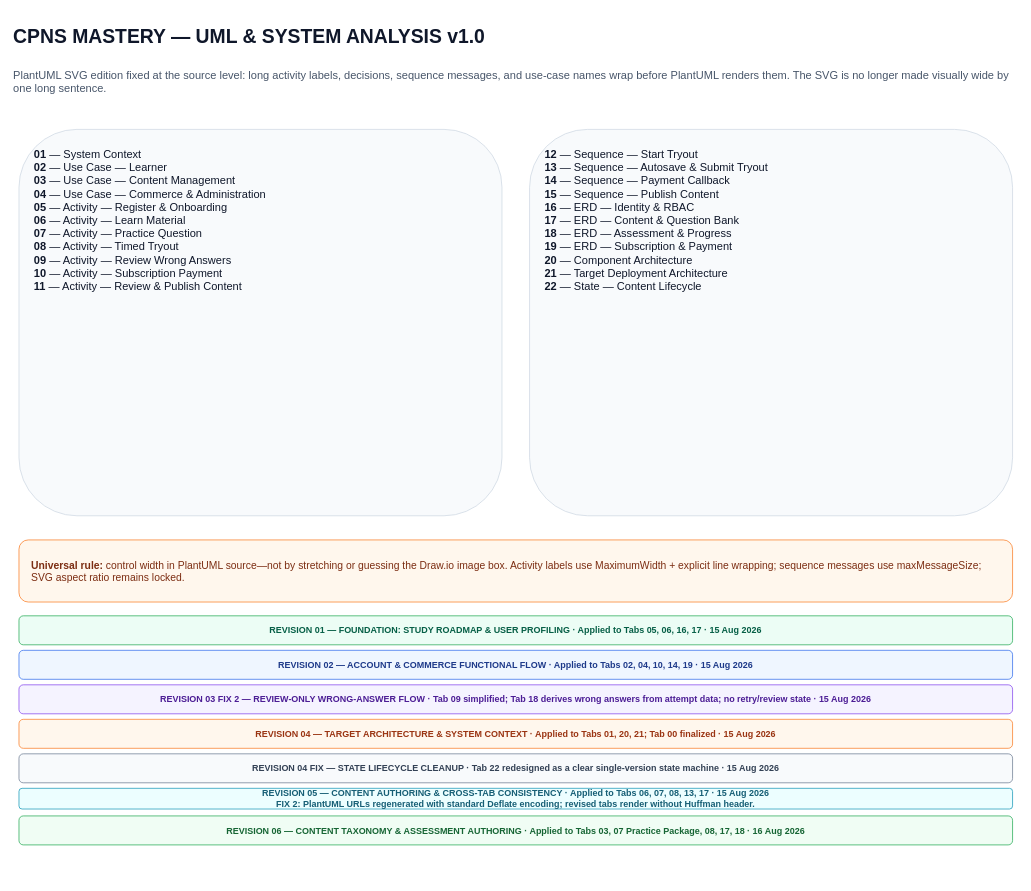
Earlier version of the draw.io diagram page "00 · START HERE" (1 of 23) of PHASE 1 - PEMBAHASAN FLOW.drawio (cpnsbelajar791-hash/cpns-belajar.biz.id). Source tidied: cells renumbered, new cells numbered last; positions are measured from the earlier drawing's top-left corner, leaving out a move shared by most shapes. Both pictures are drawn from the tidied source at 69%, with x=0, y=0 at pixel (12, 12).
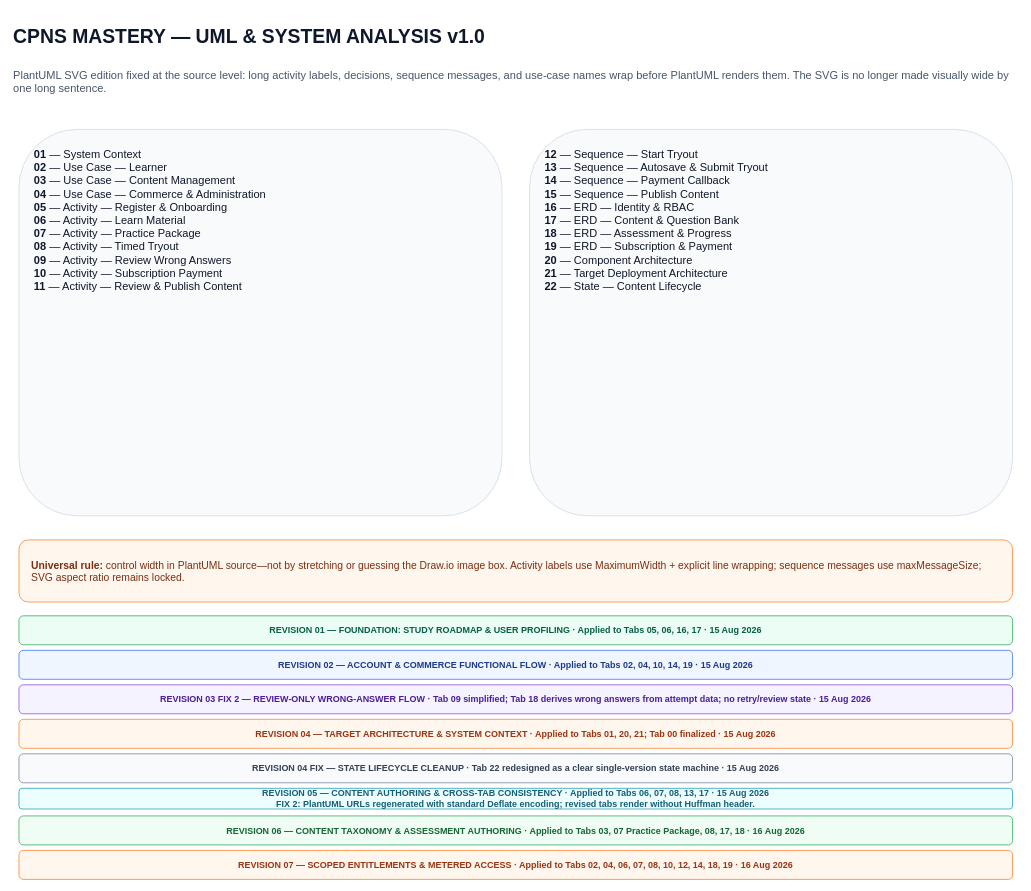
Above is the later version.

What changed in the source:
```diff
@@
 <mxGraphModel background="#FFFFFF">
   <root>
     <mxCell id="0" />
     <mxCell id="1" parent="0" />
     <mxCell id="2" value="CPNS MASTERY — UML &amp; SYSTEM ANALYSIS v1.0" style="text;html=1;strokeColor=none;fillColor=none;align=left;verticalAlign=middle;whiteSpace=wrap;fontSize=28;fontStyle=1;fontColor=#0F172A;" parent="1" vertex="1">
       <mxGeometry width="1460" height="70" as="geometry" />
     </mxCell>
     <mxCell id="3" value="PlantUML SVG edition fixed at the source level: long activity labels, decisions, sequence messages, and use-case names wrap before PlantUML renders them. The SVG is no longer made visually wide by one long sentence." style="text;html=1;strokeColor=none;fillColor=none;align=left;verticalAlign=top;whiteSpace=wrap;fontSize=16;fontColor=#475569;" parent="1" vertex="1">
       <mxGeometry y="75" width="1460" height="50" as="geometry" />
     </mxCell>
-    <mxCell id="4" value="&lt;b&gt;01&lt;/b&gt; — System Context&lt;br&gt;&lt;b&gt;02&lt;/b&gt; — Use Case — Learner&lt;br&gt;&lt;b&gt;03&lt;/b&gt; — Use Case — Content Management&lt;br&gt;&lt;b&gt;04&lt;/b&gt; — Use Case — Commerce &amp; Administration&lt;br&gt;&lt;b&gt;05&lt;/b&gt; — Activity — Register &amp; Onboarding&lt;br&gt;&lt;b&gt;06&lt;/b&gt; — Activity — Learn Material&lt;br&gt;&lt;b&gt;07&lt;/b&gt; — Activity — Practice Question&lt;br&gt;&lt;b&gt;08&lt;/b&gt; — Activity — Timed Tryout&lt;br&gt;&lt;b&gt;09&lt;/b&gt; — Activity — Review Wrong Answers&lt;br&gt;&lt;b&gt;10&lt;/b&gt; — Activity — Subscription Payment&lt;br&gt;&lt;b&gt;11&lt;/b&gt; — Activity — Review &amp; Publish Content" style="rounded=1;whiteSpace=wrap;html=1;align=left;verticalAlign=top;spacing=22;fontSize=16;fillColor=#F8FAFC;strokeColor=#CBD5E1;fontColor=#0F172A;" parent="1" vertex="1">
+    <mxCell id="4" value="&lt;b&gt;01&lt;/b&gt; — System Context&lt;br&gt;&lt;b&gt;02&lt;/b&gt; — Use Case — Learner&lt;br&gt;&lt;b&gt;03&lt;/b&gt; — Use Case — Content Management&lt;br&gt;&lt;b&gt;04&lt;/b&gt; — Use Case — Commerce &amp; Administration&lt;br&gt;&lt;b&gt;05&lt;/b&gt; — Activity — Register &amp; Onboarding&lt;br&gt;&lt;b&gt;06&lt;/b&gt; — Activity — Learn Material&lt;br&gt;&lt;b&gt;07&lt;/b&gt; — Activity — Practice Package&lt;br&gt;&lt;b&gt;08&lt;/b&gt; — Activity — Timed Tryout&lt;br&gt;&lt;b&gt;09&lt;/b&gt; — Activity — Review Wrong Answers&lt;br&gt;&lt;b&gt;10&lt;/b&gt; — Activity — Subscription Payment&lt;br&gt;&lt;b&gt;11&lt;/b&gt; — Activity — Review &amp; Publish Content" style="rounded=1;whiteSpace=wrap;html=1;align=left;verticalAlign=top;spacing=22;fontSize=16;fillColor=#F8FAFC;strokeColor=#CBD5E1;fontColor=#0F172A;" parent="1" vertex="1">
       <mxGeometry x="10" y="170" width="700" height="560" as="geometry" />
     </mxCell>
     <mxCell id="5" value="&lt;b&gt;12&lt;/b&gt; — Sequence — Start Tryout&lt;br&gt;&lt;b&gt;13&lt;/b&gt; — Sequence — Autosave &amp; Submit Tryout&lt;br&gt;&lt;b&gt;14&lt;/b&gt; — Sequence — Payment Callback&lt;br&gt;&lt;b&gt;15&lt;/b&gt; — Sequence — Publish Content&lt;br&gt;&lt;b&gt;16&lt;/b&gt; — ERD — Identity &amp; RBAC&lt;br&gt;&lt;b&gt;17&lt;/b&gt; — ERD — Content &amp; Question Bank&lt;br&gt;&lt;b&gt;18&lt;/b&gt; — ERD — Assessment &amp; Progress&lt;br&gt;&lt;b&gt;19&lt;/b&gt; — ERD — Subscription &amp; Payment&lt;br&gt;&lt;b&gt;20&lt;/b&gt; — Component Architecture&lt;br&gt;&lt;b&gt;21&lt;/b&gt; — Target Deployment Architecture&lt;br&gt;&lt;b&gt;22&lt;/b&gt; — State — Content Lifecycle" style="rounded=1;whiteSpace=wrap;html=1;align=left;verticalAlign=top;spacing=22;fontSize=16;fillColor=#F8FAFC;strokeColor=#CBD5E1;fontColor=#0F172A;" parent="1" vertex="1">
       <mxGeometry x="750" y="170" width="700" height="560" as="geometry" />
     </mxCell>
     <mxCell id="6" value="&lt;b&gt;Universal rule:&lt;/b&gt; control width in PlantUML source—not by stretching or guessing the Draw.io image box. Activity labels use MaximumWidth + explicit line wrapping; sequence messages use maxMessageSize; SVG aspect ratio remains locked." style="rounded=1;whiteSpace=wrap;html=1;align=left;verticalAlign=middle;spacing=18;fontSize=15;fillColor=#FFF7ED;strokeColor=#F97316;fontColor=#7C2D12;" parent="1" vertex="1">
       <mxGeometry x="10" y="765" width="1440" height="90" as="geometry" />
     </mxCell>
     <mxCell id="7" value="REVISION 01 — FOUNDATION: STUDY ROADMAP &amp;amp; USER PROFILING · Applied to Tabs 05, 06, 16, 17 · 15 Aug 2026" style="rounded=1;whiteSpace=wrap;html=1;align=center;verticalAlign=middle;fontSize=13;fontStyle=1;fillColor=#ECFDF5;strokeColor=#16A34A;fontColor=#065F46;" parent="1" vertex="1">
       <mxGeometry x="10" y="875" width="1440" height="42" as="geometry" />
     </mxCell>
     <mxCell id="8" value="REVISION 02 — ACCOUNT &amp; COMMERCE FUNCTIONAL FLOW · Applied to Tabs 02, 04, 10, 14, 19 · 15 Aug 2026" style="rounded=1;whiteSpace=wrap;html=1;align=center;verticalAlign=middle;fontSize=13;fontStyle=1;fillColor=#EFF6FF;strokeColor=#2563EB;fontColor=#1E3A8A;" parent="1" vertex="1">
       <mxGeometry x="10" y="925" width="1440" height="42" as="geometry" />
     </mxCell>
     <mxCell id="9" value="REVISION 03 FIX 2 — REVIEW-ONLY WRONG-ANSWER FLOW · Tab 09 simplified; Tab 18 derives wrong answers from attempt data; no retry/review state · 15 Aug 2026" style="rounded=1;whiteSpace=wrap;html=1;align=center;verticalAlign=middle;fontSize=13;fontStyle=1;fillColor=#F5F3FF;strokeColor=#7C3AED;fontColor=#4C1D95;" parent="1" vertex="1">
       <mxGeometry x="10" y="975" width="1440" height="42" as="geometry" />
     </mxCell>
     <mxCell id="10" value="REVISION 04 — TARGET ARCHITECTURE &amp; SYSTEM CONTEXT · Applied to Tabs 01, 20, 21; Tab 00 finalized · 15 Aug 2026" style="rounded=1;whiteSpace=wrap;html=1;align=center;verticalAlign=middle;fontSize=13;fontStyle=1;fillColor=#FFF7ED;strokeColor=#F97316;fontColor=#9A3412;" parent="1" vertex="1">
       <mxGeometry x="10" y="1025" width="1440" height="42" as="geometry" />
     </mxCell>
     <mxCell id="11" value="REVISION 04 FIX — STATE LIFECYCLE CLEANUP · Tab 22 redesigned as a clear single-version state machine · 15 Aug 2026" style="rounded=1;whiteSpace=wrap;html=1;align=center;verticalAlign=middle;fontSize=13;fontStyle=1;fillColor=#F8FAFC;strokeColor=#64748B;fontColor=#334155;" parent="1" vertex="1">
       <mxGeometry x="10" y="1075" width="1440" height="42" as="geometry" />
     </mxCell>
     <mxCell id="12" value="REVISION 05 — CONTENT AUTHORING &amp;amp; CROSS-TAB CONSISTENCY · Applied to Tabs 06, 07, 08, 13, 17 · 15 Aug 2026&lt;br&gt;&lt;b&gt;FIX 2:&lt;/b&gt; PlantUML URLs regenerated with standard Deflate encoding; revised tabs render without Huffman header." style="rounded=1;whiteSpace=wrap;html=1;align=center;verticalAlign=middle;fontSize=13;fontStyle=1;fillColor=#ECFEFF;strokeColor=#0891B2;fontColor=#155E75;" parent="1" vertex="1">
       <mxGeometry x="10" y="1125" width="1440" height="30" as="geometry" />
     </mxCell>
     <mxCell id="13" value="REVISION 06 — CONTENT TAXONOMY &amp;amp; ASSESSMENT AUTHORING · Applied to Tabs 03, 07 Practice Package, 08, 17, 18 · 16 Aug 2026" style="rounded=1;whiteSpace=wrap;html=1;align=center;verticalAlign=middle;fontSize=13;fontStyle=1;fillColor=#F0FDF4;strokeColor=#16A34A;fontColor=#166534;" parent="1" vertex="1">
       <mxGeometry x="10" y="1165" width="1440" height="42" as="geometry" />
     </mxCell>
+    <mxCell id="14" value="REVISION 07 — SCOPED ENTITLEMENTS &amp;amp; METERED ACCESS · Applied to Tabs 02, 04, 06, 07, 08, 10, 12, 14, 18, 19 · 16 Aug 2026" style="rounded=1;whiteSpace=wrap;html=1;align=center;verticalAlign=middle;fontSize=13;fontStyle=1;fillColor=#FFF7ED;strokeColor=#F97316;fontColor=#9A3412;" parent="1" vertex="1">
+      <mxGeometry x="10" y="1215" width="1440" height="42" as="geometry" />
+    </mxCell>
   </root>
 </mxGraphModel>
```
